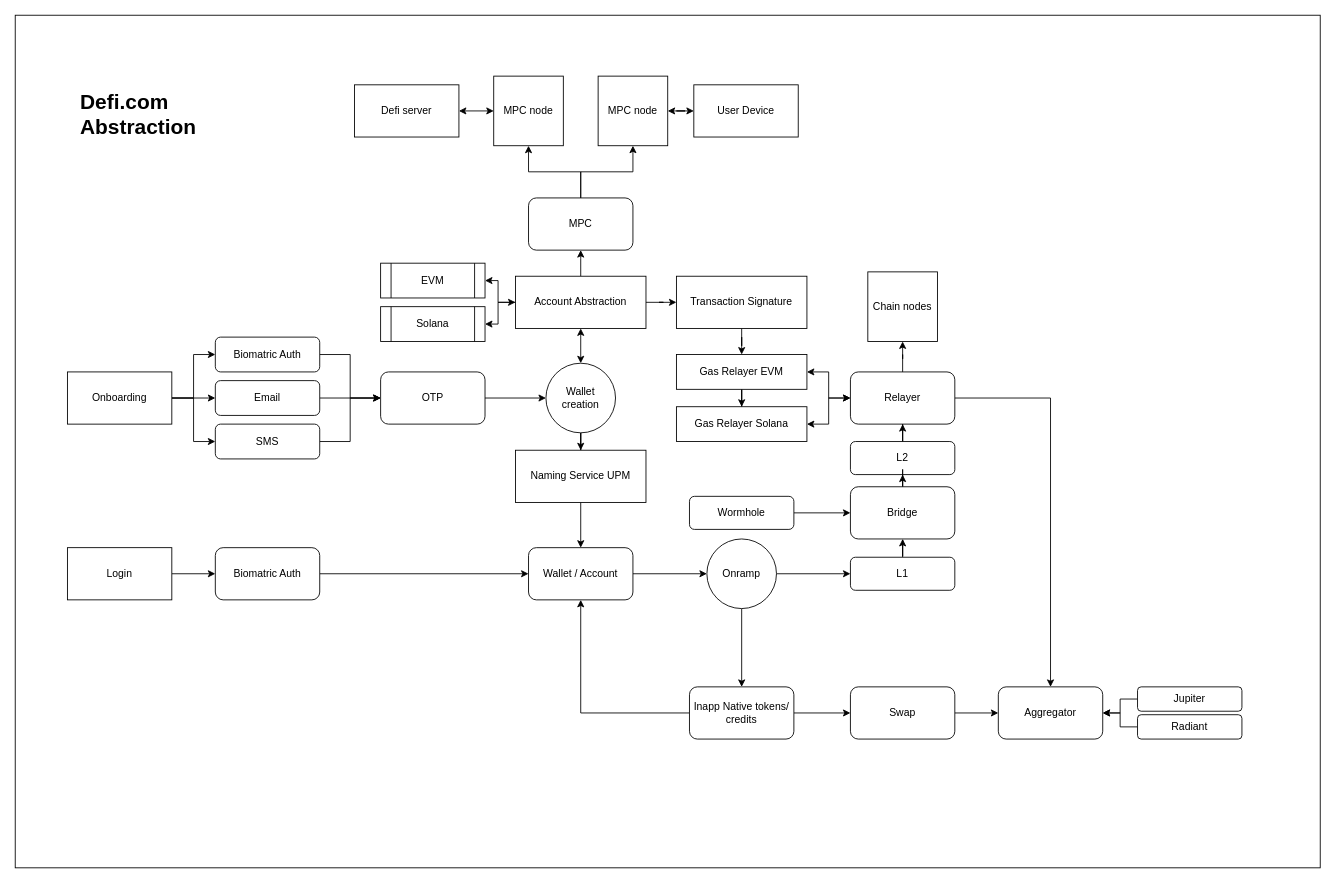
ali-05-ahmed/Concept-Diagrams keeps this draw.io diagram as PasswordlessWalletDefi.com.drawio. Above is the earlier version. Source tidied: cells renumbered, new cells numbered last; positions are measured from the earlier drawing's top-left corner, leaving out a move shared by most shapes. Both pictures are drawn from the tidied source at 87%, with x=0, y=0 at pixel (15, 15).
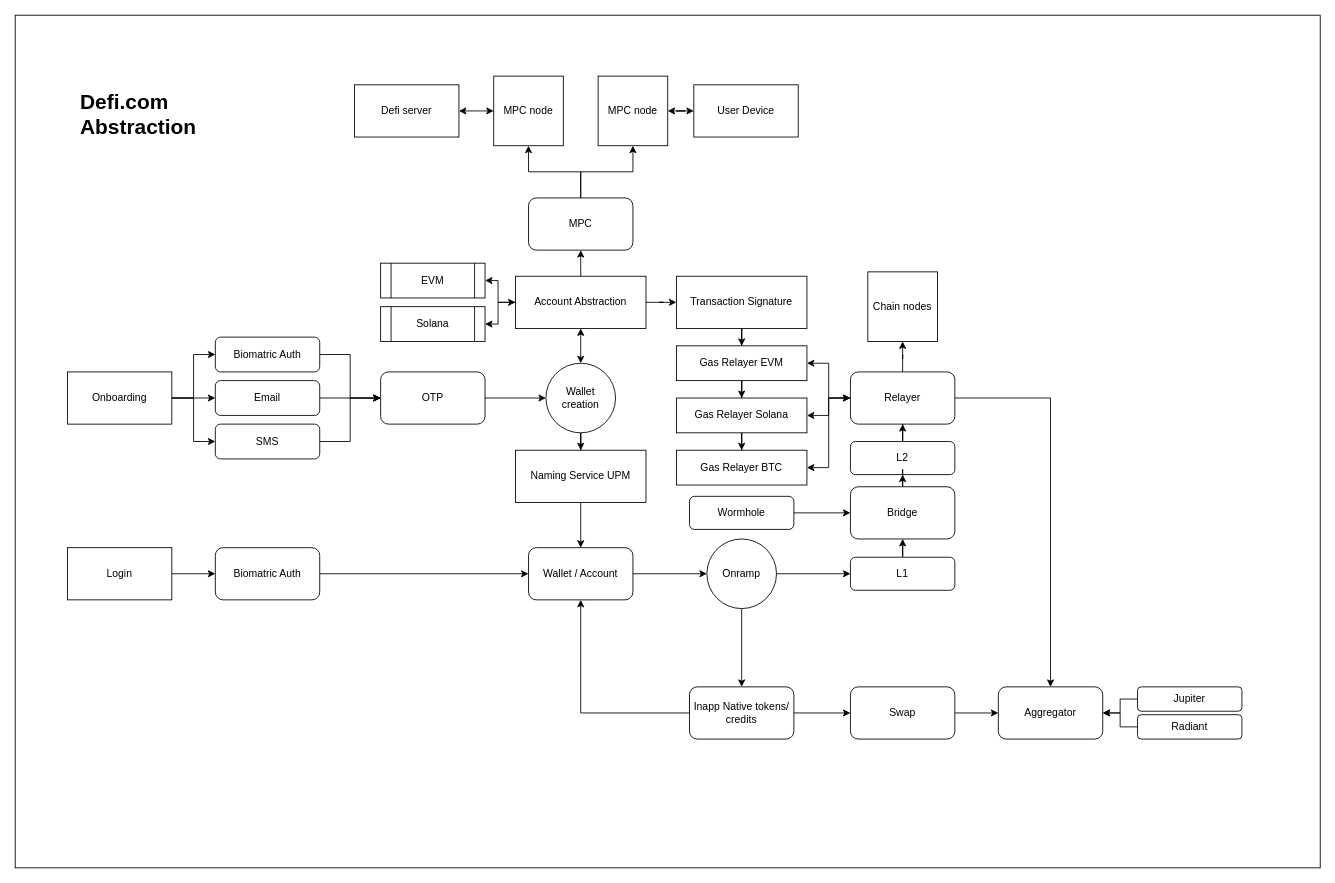
The same page after the edit.

Unchanged cells that the change refers to:
```xml
<mxCell id="58" value="Relayer" style="rounded=1;whiteSpace=wrap;html=1;" parent="1" vertex="1">
  <mxGeometry x="960" y="410" width="120" height="60" as="geometry" />
</mxCell>
```

Change to the diagram source:
```diff
@@
     <mxCell id="41" value="Gas Relayer EVM" style="rounded=0;whiteSpace=wrap;html=1;" parent="1" vertex="1">
-      <mxGeometry x="760" y="390" width="150" height="40" as="geometry" />
+      <mxGeometry x="760" y="380" width="150" height="40" as="geometry" />
     </mxCell>
@@
+    <mxCell id="75" style="edgeStyle=orthogonalEdgeStyle;rounded=0;jettySize=auto;html=1;" parent="1" edge="1" source="55" target="77">
+      <mxGeometry relative="1" as="geometry" />
+    </mxCell>
     <mxCell id="55" value="Gas Relayer Solana" style="rounded=0;whiteSpace=wrap;html=1;" parent="1" vertex="1">
-      <mxGeometry x="760" y="450" width="150" height="40" as="geometry" />
+      <mxGeometry x="760" y="440" width="150" height="40" as="geometry" />
     </mxCell>
@@
+    <mxCell id="76" style="edgeStyle=orthogonalEdgeStyle;rounded=0;jettySize=auto;html=1;entryX=1;entryY=0.5;entryDx=0;entryDy=0;" parent="1" edge="1" source="58" target="77">
+      <mxGeometry relative="1" as="geometry" />
+    </mxCell>
@@
+    <mxCell id="77" value="Gas Relayer BTC" style="rounded=0;whiteSpace=wrap;html=1;" parent="1" vertex="1">
+      <mxGeometry x="760" y="500" width="150" height="40" as="geometry" />
+    </mxCell>
```
